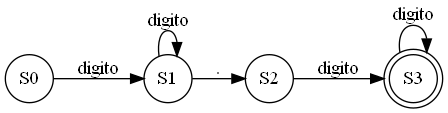
Earlier version of the Graphviz export AFD_201903004/afdExpresionReg2.png (jona1403/Analizador-de-expresiones-1). Its source is kept beside it as AFD_201903004/afdExpresionReg2.dot. The source it was exported from:
```dot
digraph structs {
rankdir=LR
{

S0[shape=circle fixedsize=true]
S1[shape=circle fixedsize=true]
S2[shape=circle fixedsize=true]
S3[shape=doublecircle fixedsize=true]}
S0 -> S1[label= digito]
S1 -> S1[label= digito]
S1 -> S2[label= "."]
S2 -> S3[label= digito]
S3 -> S3[label= digito]
 }
```
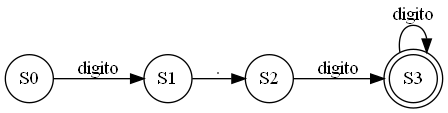
Later version of the same file.

The edit, as a diff of the source:
```diff
@@ -7,7 +7,6 @@
 S2[shape=circle fixedsize=true]
 S3[shape=doublecircle fixedsize=true]}
 S0 -> S1[label= digito]
-S1 -> S1[label= digito]
 S1 -> S2[label= "."]
 S2 -> S3[label= digito]
 S3 -> S3[label= digito]
```
